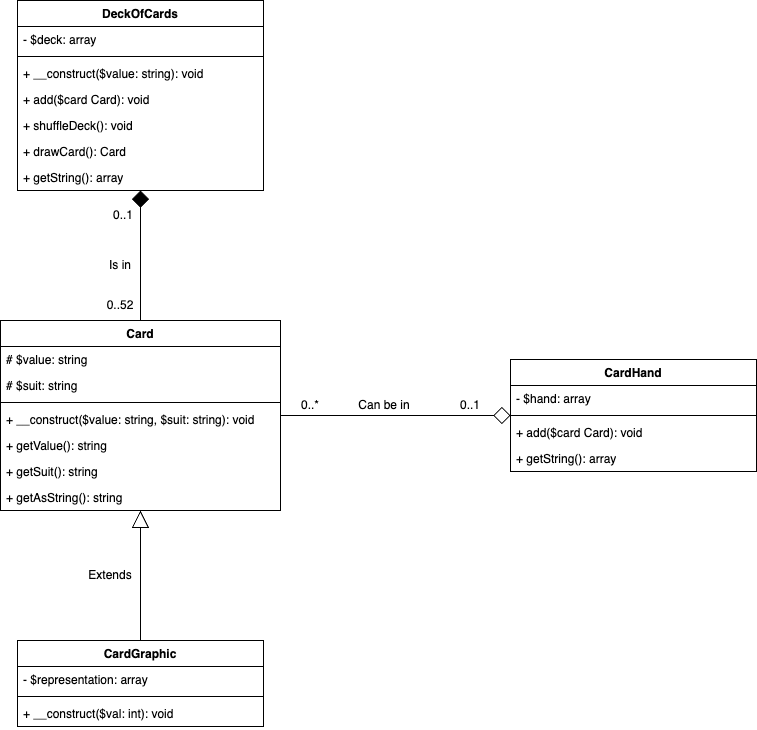
Above: public/img/kmom02-uml.png in hildingen/mvc-report (draw.io), before the change. Source tidied: cells renumbered, new cells last; positions are measured from the earlier drawing's top-left corner, leaving out a move shared by most shapes. Source of this version:
```xml
<mxGraphModel>
  <root>
    <mxCell id="0" />
    <mxCell id="1" parent="0" />
    <mxCell id="2" style="edgeStyle=orthogonalEdgeStyle;rounded=0;jettySize=auto;html=1;endArrow=diamond;endFill=0;endSize=15;" parent="1" edge="1" source="4" target="19">
      <mxGeometry relative="1" as="geometry" />
    </mxCell>
    <mxCell id="3" style="edgeStyle=orthogonalEdgeStyle;rounded=0;jettySize=auto;html=1;endArrow=diamond;endFill=1;endSize=15;" parent="1" edge="1" source="4" target="27">
      <mxGeometry relative="1" as="geometry" />
    </mxCell>
    <mxCell id="4" value="Card" style="swimlane;fontStyle=1;align=center;verticalAlign=top;horizontal=1;startSize=26;whiteSpace=wrap;html=1;" parent="1" vertex="1">
      <mxGeometry y="320" width="280" height="190" as="geometry" />
    </mxCell>
    <mxCell id="5" value="# $value: string" style="text;strokeColor=none;fillColor=none;align=left;verticalAlign=top;spacingLeft=4;spacingRight=4;overflow=hidden;whiteSpace=wrap;html=1;" parent="4" vertex="1">
      <mxGeometry y="26" width="280" height="26" as="geometry" />
    </mxCell>
    <mxCell id="6" value="# $suit: string" style="text;strokeColor=none;fillColor=none;align=left;verticalAlign=top;spacingLeft=4;spacingRight=4;overflow=hidden;whiteSpace=wrap;html=1;" parent="4" vertex="1">
      <mxGeometry y="52" width="280" height="26" as="geometry" />
    </mxCell>
    <mxCell id="7" style="line;strokeWidth=1;fillColor=none;align=left;verticalAlign=middle;spacingTop=-1;spacingLeft=3;spacingRight=3;labelPosition=right;strokeColor=inherit;" parent="4" vertex="1">
      <mxGeometry y="78" width="280" height="8" as="geometry" />
    </mxCell>
    <mxCell id="8" value="+ __construct($value: string, $suit: string): void" style="text;strokeColor=none;fillColor=none;align=left;verticalAlign=top;spacingLeft=4;spacingRight=4;overflow=hidden;whiteSpace=wrap;html=1;" parent="4" vertex="1">
      <mxGeometry y="86" width="280" height="26" as="geometry" />
    </mxCell>
    <mxCell id="9" value="+ getValue(): string" style="text;strokeColor=none;fillColor=none;align=left;verticalAlign=top;spacingLeft=4;spacingRight=4;overflow=hidden;whiteSpace=wrap;html=1;" parent="4" vertex="1">
      <mxGeometry y="112" width="280" height="26" as="geometry" />
    </mxCell>
    <mxCell id="10" value="+ getSuit(): string" style="text;strokeColor=none;fillColor=none;align=left;verticalAlign=top;spacingLeft=4;spacingRight=4;overflow=hidden;whiteSpace=wrap;html=1;" parent="4" vertex="1">
      <mxGeometry y="138" width="280" height="26" as="geometry" />
    </mxCell>
    <mxCell id="11" value="+ getAsString(): string" style="text;strokeColor=none;fillColor=none;align=left;verticalAlign=top;spacingLeft=4;spacingRight=4;overflow=hidden;whiteSpace=wrap;html=1;" parent="4" vertex="1">
      <mxGeometry y="164" width="280" height="26" as="geometry" />
    </mxCell>
    <mxCell id="12" style="edgeStyle=orthogonalEdgeStyle;rounded=0;jettySize=auto;html=1;strokeColor=none;" parent="1" edge="1" source="13" target="4">
      <mxGeometry relative="1" as="geometry" />
    </mxCell>
    <mxCell id="13" value="CardGraphic" style="swimlane;fontStyle=1;align=center;verticalAlign=top;horizontal=1;startSize=26;whiteSpace=wrap;html=1;" parent="1" vertex="1">
      <mxGeometry x="17" y="640" width="246" height="86" as="geometry" />
    </mxCell>
    <mxCell id="14" value="- $representation: array" style="text;strokeColor=none;fillColor=none;align=left;verticalAlign=top;spacingLeft=4;spacingRight=4;overflow=hidden;whiteSpace=wrap;html=1;" parent="13" vertex="1">
      <mxGeometry y="26" width="246" height="26" as="geometry" />
    </mxCell>
    <mxCell id="15" style="line;strokeWidth=1;fillColor=none;align=left;verticalAlign=middle;spacingTop=-1;spacingLeft=3;spacingRight=3;labelPosition=right;strokeColor=inherit;" parent="13" vertex="1">
      <mxGeometry y="52" width="246" height="8" as="geometry" />
    </mxCell>
    <mxCell id="16" value="+ __construct($val: int): void" style="text;strokeColor=none;fillColor=none;align=left;verticalAlign=top;spacingLeft=4;spacingRight=4;overflow=hidden;whiteSpace=wrap;html=1;" parent="13" vertex="1">
      <mxGeometry y="60" width="246" height="26" as="geometry" />
    </mxCell>
    <mxCell id="17" style="endArrow=block;html=1;rounded=0;exitX=0.5;exitY=0;exitDx=0;exitDy=0;endFill=0;endSize=15;" parent="1" edge="1" source="13" target="4">
      <mxGeometry relative="1" as="geometry" />
    </mxCell>
    <mxCell id="18" value="Extends" style="text;html=1;align=center;verticalAlign=middle;whiteSpace=wrap;rounded=0;" parent="1" vertex="1">
      <mxGeometry x="80" y="560" width="60" height="30" as="geometry" />
    </mxCell>
    <mxCell id="19" value="CardHand" style="swimlane;fontStyle=1;align=center;verticalAlign=top;horizontal=1;startSize=26;whiteSpace=wrap;html=1;" parent="1" vertex="1">
      <mxGeometry x="510" y="359" width="246" height="112" as="geometry" />
    </mxCell>
    <mxCell id="20" value="- $hand: array" style="text;strokeColor=none;fillColor=none;align=left;verticalAlign=top;spacingLeft=4;spacingRight=4;overflow=hidden;whiteSpace=wrap;html=1;" parent="19" vertex="1">
      <mxGeometry y="26" width="246" height="26" as="geometry" />
    </mxCell>
    <mxCell id="21" style="line;strokeWidth=1;fillColor=none;align=left;verticalAlign=middle;spacingTop=-1;spacingLeft=3;spacingRight=3;labelPosition=right;strokeColor=inherit;" parent="19" vertex="1">
      <mxGeometry y="52" width="246" height="8" as="geometry" />
    </mxCell>
    <mxCell id="22" value="+ add($card Card): void" style="text;strokeColor=none;fillColor=none;align=left;verticalAlign=top;spacingLeft=4;spacingRight=4;overflow=hidden;whiteSpace=wrap;html=1;" parent="19" vertex="1">
      <mxGeometry y="60" width="246" height="26" as="geometry" />
    </mxCell>
    <mxCell id="23" value="+ getString(): array" style="text;strokeColor=none;fillColor=none;align=left;verticalAlign=top;spacingLeft=4;spacingRight=4;overflow=hidden;whiteSpace=wrap;html=1;" parent="19" vertex="1">
      <mxGeometry y="86" width="246" height="26" as="geometry" />
    </mxCell>
    <mxCell id="24" value="0..1" style="text;html=1;align=center;verticalAlign=middle;whiteSpace=wrap;rounded=0;" parent="1" vertex="1">
      <mxGeometry x="440" y="390" width="60" height="30" as="geometry" />
    </mxCell>
    <mxCell id="25" value="0..*" style="text;html=1;align=center;verticalAlign=middle;whiteSpace=wrap;rounded=0;" parent="1" vertex="1">
      <mxGeometry x="280" y="390" width="60" height="30" as="geometry" />
    </mxCell>
    <mxCell id="26" value="Can be in" style="text;html=1;align=center;verticalAlign=middle;whiteSpace=wrap;rounded=0;" parent="1" vertex="1">
      <mxGeometry x="354" y="390" width="60" height="30" as="geometry" />
    </mxCell>
    <mxCell id="27" value="DeckOfCards" style="swimlane;fontStyle=1;align=center;verticalAlign=top;horizontal=1;startSize=26;whiteSpace=wrap;html=1;" parent="1" vertex="1">
      <mxGeometry x="17" width="246" height="190" as="geometry" />
    </mxCell>
    <mxCell id="28" value="- $deck: array" style="text;strokeColor=none;fillColor=none;align=left;verticalAlign=top;spacingLeft=4;spacingRight=4;overflow=hidden;whiteSpace=wrap;html=1;" parent="27" vertex="1">
      <mxGeometry y="26" width="246" height="26" as="geometry" />
    </mxCell>
    <mxCell id="29" style="line;strokeWidth=1;fillColor=none;align=left;verticalAlign=middle;spacingTop=-1;spacingLeft=3;spacingRight=3;labelPosition=right;strokeColor=inherit;" parent="27" vertex="1">
      <mxGeometry y="52" width="246" height="8" as="geometry" />
    </mxCell>
    <mxCell id="30" value="+ __construct($value: string): void" style="text;strokeColor=none;fillColor=none;align=left;verticalAlign=top;spacingLeft=4;spacingRight=4;overflow=hidden;whiteSpace=wrap;html=1;" parent="27" vertex="1">
      <mxGeometry y="60" width="246" height="26" as="geometry" />
    </mxCell>
    <mxCell id="31" value="+ add($card Card): void" style="text;strokeColor=none;fillColor=none;align=left;verticalAlign=top;spacingLeft=4;spacingRight=4;overflow=hidden;whiteSpace=wrap;html=1;" parent="27" vertex="1">
      <mxGeometry y="86" width="246" height="26" as="geometry" />
    </mxCell>
    <mxCell id="32" value="+ shuffleDeck(): void" style="text;strokeColor=none;fillColor=none;align=left;verticalAlign=top;spacingLeft=4;spacingRight=4;overflow=hidden;whiteSpace=wrap;html=1;" parent="27" vertex="1">
      <mxGeometry y="112" width="246" height="26" as="geometry" />
    </mxCell>
    <mxCell id="33" value="+ drawCard(): Card" style="text;strokeColor=none;fillColor=none;align=left;verticalAlign=top;spacingLeft=4;spacingRight=4;overflow=hidden;whiteSpace=wrap;html=1;" parent="27" vertex="1">
      <mxGeometry y="138" width="246" height="26" as="geometry" />
    </mxCell>
    <mxCell id="34" value="+ getString(): array" style="text;strokeColor=none;fillColor=none;align=left;verticalAlign=top;spacingLeft=4;spacingRight=4;overflow=hidden;whiteSpace=wrap;html=1;" parent="27" vertex="1">
      <mxGeometry y="164" width="246" height="26" as="geometry" />
    </mxCell>
    <mxCell id="35" value="0..1" style="text;html=1;align=center;verticalAlign=middle;whiteSpace=wrap;rounded=0;" parent="1" vertex="1">
      <mxGeometry x="93" y="200" width="60" height="30" as="geometry" />
    </mxCell>
    <mxCell id="36" value="0..52" style="text;html=1;align=center;verticalAlign=middle;whiteSpace=wrap;rounded=0;" parent="1" vertex="1">
      <mxGeometry x="90" y="290" width="60" height="30" as="geometry" />
    </mxCell>
    <mxCell id="37" value="Is in" style="text;html=1;align=center;verticalAlign=middle;whiteSpace=wrap;rounded=0;" parent="1" vertex="1">
      <mxGeometry x="90" y="250" width="60" height="30" as="geometry" />
    </mxCell>
  </root>
</mxGraphModel>
```
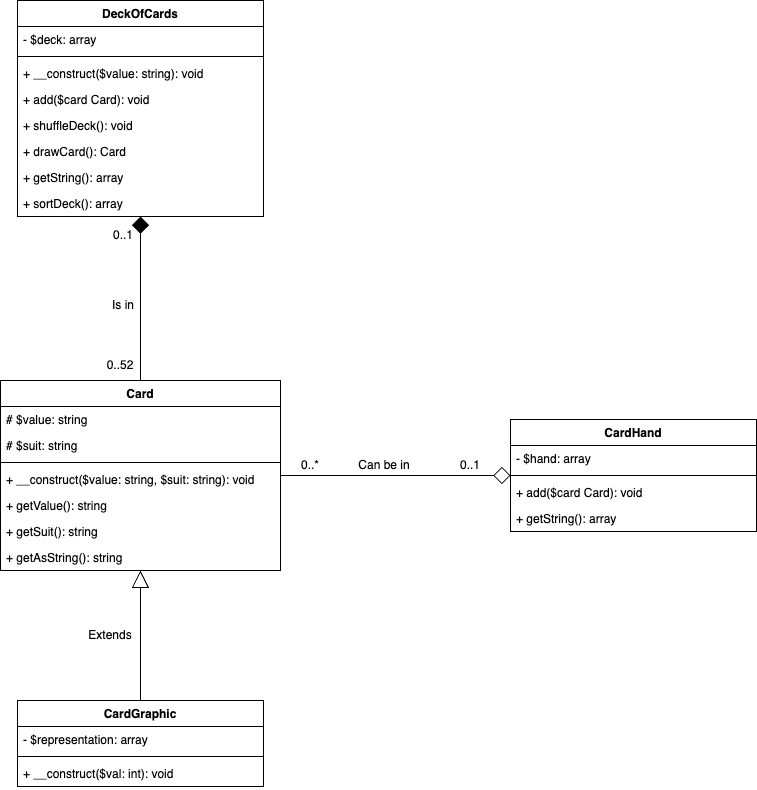
After the change.

Commit message:
fix: update uml diagram with sortDeck

Change to the diagram source:
```diff
@@ -78,7 +78,7 @@
       <mxGeometry x="354" y="390" width="60" height="30" as="geometry" />
     </mxCell>
     <mxCell id="27" value="DeckOfCards" style="swimlane;fontStyle=1;align=center;verticalAlign=top;horizontal=1;startSize=26;whiteSpace=wrap;html=1;" parent="1" vertex="1">
-      <mxGeometry x="17" width="246" height="190" as="geometry" />
+      <mxGeometry x="17" y="-60" width="246" height="216" as="geometry" />
     </mxCell>
     <mxCell id="28" value="- $deck: array" style="text;strokeColor=none;fillColor=none;align=left;verticalAlign=top;spacingLeft=4;spacingRight=4;overflow=hidden;whiteSpace=wrap;html=1;" parent="27" vertex="1">
       <mxGeometry y="26" width="246" height="26" as="geometry" />
@@ -101,14 +101,17 @@
     <mxCell id="34" value="+ getString(): array" style="text;strokeColor=none;fillColor=none;align=left;verticalAlign=top;spacingLeft=4;spacingRight=4;overflow=hidden;whiteSpace=wrap;html=1;" parent="27" vertex="1">
       <mxGeometry y="164" width="246" height="26" as="geometry" />
     </mxCell>
+    <mxCell id="38" value="+ sortDeck(): array" style="text;strokeColor=none;fillColor=none;align=left;verticalAlign=top;spacingLeft=4;spacingRight=4;overflow=hidden;whiteSpace=wrap;html=1;" parent="27" vertex="1">
+      <mxGeometry y="190" width="246" height="26" as="geometry" />
+    </mxCell>
     <mxCell id="35" value="0..1" style="text;html=1;align=center;verticalAlign=middle;whiteSpace=wrap;rounded=0;" parent="1" vertex="1">
-      <mxGeometry x="93" y="200" width="60" height="30" as="geometry" />
+      <mxGeometry x="93" y="160" width="60" height="30" as="geometry" />
     </mxCell>
     <mxCell id="36" value="0..52" style="text;html=1;align=center;verticalAlign=middle;whiteSpace=wrap;rounded=0;" parent="1" vertex="1">
       <mxGeometry x="90" y="290" width="60" height="30" as="geometry" />
     </mxCell>
     <mxCell id="37" value="Is in" style="text;html=1;align=center;verticalAlign=middle;whiteSpace=wrap;rounded=0;" parent="1" vertex="1">
-      <mxGeometry x="90" y="250" width="60" height="30" as="geometry" />
+      <mxGeometry x="93" y="230" width="60" height="30" as="geometry" />
     </mxCell>
   </root>
 </mxGraphModel>
```
